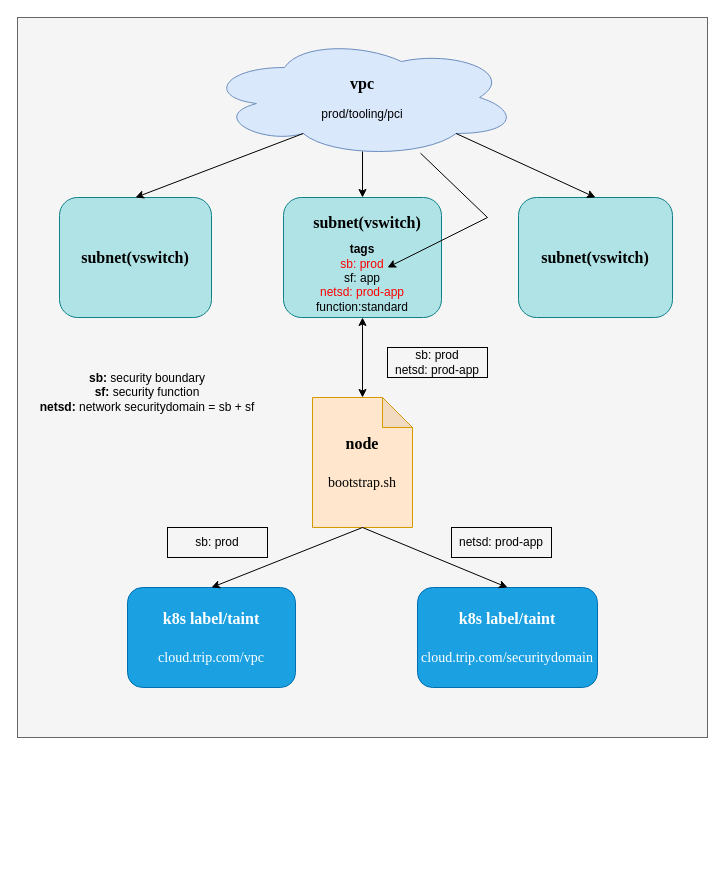
Before: sgp-ali-securitydomain.drawio in YanshanSong/draw.io, a draw.io diagram. Source tidied: cells renumbered, new cells numbered last; positions are measured from the earlier drawing's top-left corner, leaving out a move shared by most shapes. Both pictures are drawn from the tidied source at 100%, with x=0, y=0 at pixel (17, 17).
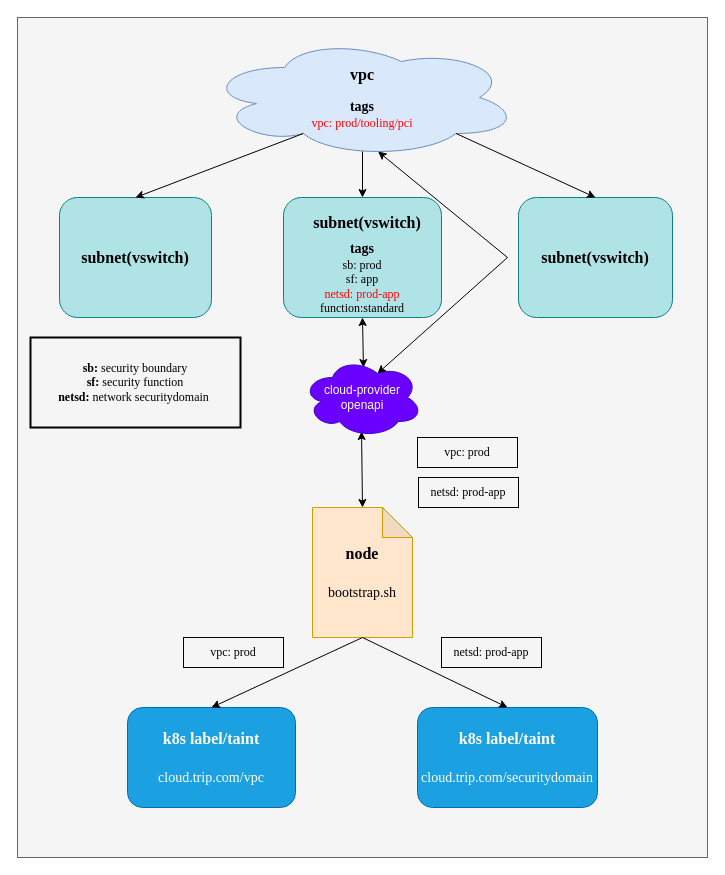
The same diagram, later.

What changed in the source:
```diff
@@
-    <mxCell id="2" style="rounded=0;whiteSpace=wrap;html=1;fillColor=#f5f5f5;fontColor=#333333;strokeColor=#666666;" parent="1" vertex="1">
-      <mxGeometry width="690" height="720" as="geometry" />
+    <mxCell id="2" style="rounded=0;whiteSpace=wrap;html=1;fillColor=#f5f5f5;fontColor=#333333;strokeColor=#666666;fontFamily=Times New Roman;" parent="1" vertex="1">
+      <mxGeometry width="690" height="840" as="geometry" />
     </mxCell>
-    <mxCell id="3" value="&lt;font size=&quot;1&quot; face=&quot;Times New Roman&quot;&gt;&lt;b style=&quot;font-size: 16px;&quot;&gt;vpc&lt;/b&gt;&lt;/font&gt;&lt;div&gt;&lt;font face=&quot;TDCdc1Xi_tkycVkse4sn&quot;&gt;&lt;br&gt;&lt;/font&gt;&lt;/div&gt;&lt;div&gt;&lt;font face=&quot;TDCdc1Xi_tkycVkse4sn&quot;&gt;prod/tooling/pci&lt;/font&gt;&lt;/div&gt;" style="ellipse;shape=cloud;whiteSpace=wrap;html=1;fillColor=#dae8fc;strokeColor=#6c8ebf;" parent="1" vertex="1">
+    <mxCell id="3" value="&lt;font size=&quot;1&quot;&gt;&lt;b style=&quot;font-size: 16px;&quot;&gt;vpc&lt;/b&gt;&lt;/font&gt;&lt;div&gt;&lt;font&gt;&lt;br&gt;&lt;/font&gt;&lt;/div&gt;&lt;div&gt;&lt;b style=&quot;&quot;&gt;&lt;font style=&quot;font-size: 14px;&quot;&gt;tags&lt;/font&gt;&lt;/b&gt;&lt;/div&gt;&lt;div&gt;&lt;font color=&quot;#ff0000&quot;&gt;vpc: prod/tooling/pci&lt;/font&gt;&lt;/div&gt;" style="ellipse;shape=cloud;whiteSpace=wrap;html=1;fillColor=#dae8fc;strokeColor=#6c8ebf;fontFamily=Times New Roman;" parent="1" vertex="1">
       <mxGeometry x="189" y="20" width="312" height="120" as="geometry" />
     </mxCell>
-    <mxCell id="4" style="rounded=1;whiteSpace=wrap;html=1;fillColor=#b0e3e6;strokeColor=#0e8088;" parent="1" vertex="1">
+    <mxCell id="4" style="rounded=1;whiteSpace=wrap;html=1;fillColor=#b0e3e6;strokeColor=#0e8088;fontFamily=Times New Roman;" parent="1" vertex="1">
       <mxGeometry x="42" y="180" width="152" height="120" as="geometry" />
     </mxCell>
-    <mxCell id="5" style="rounded=1;whiteSpace=wrap;html=1;fillColor=#b0e3e6;strokeColor=#0e8088;" parent="1" vertex="1">
+    <mxCell id="5" style="rounded=1;whiteSpace=wrap;html=1;fillColor=#b0e3e6;strokeColor=#0e8088;fontFamily=Times New Roman;" parent="1" vertex="1">
       <mxGeometry x="501" y="180" width="154" height="120" as="geometry" />
     </mxCell>
-    <mxCell id="6" style="group;" parent="1" vertex="1">
+    <mxCell id="6" style="group;fontFamily=Times New Roman;" parent="1" vertex="1">
       <mxGeometry x="266" y="180" width="158" height="120" as="geometry" />
     </mxCell>
-    <mxCell id="7" value="&lt;div&gt;&lt;font style=&quot;font-size: 16px;&quot; face=&quot;Times New Roman&quot;&gt;&lt;br&gt;&lt;/font&gt;&lt;/div&gt;" style="rounded=1;whiteSpace=wrap;html=1;fillColor=#b0e3e6;strokeColor=#0e8088;" parent="6" vertex="1">
+    <mxCell id="7" value="&lt;div&gt;&lt;font style=&quot;font-size: 16px;&quot;&gt;&lt;br&gt;&lt;/font&gt;&lt;/div&gt;" style="rounded=1;whiteSpace=wrap;html=1;fillColor=#b0e3e6;strokeColor=#0e8088;fontFamily=Times New Roman;" parent="6" vertex="1">
       <mxGeometry width="158" height="120" as="geometry" />
     </mxCell>
-    <mxCell id="8" value="&lt;font style=&quot;font-size: 16px;&quot; face=&quot;Times New Roman&quot;&gt;&lt;b&gt;subnet(vswitch)&lt;/b&gt;&lt;/font&gt;" style="text;html=1;align=center;verticalAlign=middle;whiteSpace=wrap;rounded=0;" parent="6" vertex="1">
+    <mxCell id="8" value="&lt;font style=&quot;font-size: 16px;&quot;&gt;&lt;b&gt;subnet(vswitch)&lt;/b&gt;&lt;/font&gt;" style="text;html=1;align=center;verticalAlign=middle;whiteSpace=wrap;rounded=0;fontFamily=Times New Roman;" parent="6" vertex="1">
       <mxGeometry x="54" y="10" width="60" height="30" as="geometry" />
     </mxCell>
-    <mxCell id="9" value="&lt;b&gt;tags&lt;/b&gt;&lt;div&gt;&lt;font color=&quot;#ff0000&quot;&gt;sb: prod&lt;/font&gt;&lt;/div&gt;&lt;div&gt;sf: app&lt;/div&gt;&lt;div&gt;&lt;font color=&quot;#ff0000&quot;&gt;netsd: prod-app&lt;/font&gt;&lt;/div&gt;&lt;div&gt;function:standard&lt;/div&gt;&lt;div&gt;&lt;br&gt;&lt;div&gt;&lt;br&gt;&lt;/div&gt;&lt;/div&gt;" style="text;html=1;align=center;verticalAlign=middle;whiteSpace=wrap;rounded=0;" parent="6" vertex="1">
+    <mxCell id="9" value="&lt;b&gt;&lt;font style=&quot;font-size: 14px;&quot;&gt;tags&lt;/font&gt;&lt;/b&gt;&lt;div&gt;sb: prod&lt;/div&gt;&lt;div&gt;sf: app&lt;/div&gt;&lt;div&gt;&lt;font color=&quot;#ff0000&quot;&gt;netsd: prod-app&lt;/font&gt;&lt;/div&gt;&lt;div&gt;function:standard&lt;/div&gt;&lt;div&gt;&lt;br&gt;&lt;div&gt;&lt;br&gt;&lt;/div&gt;&lt;/div&gt;" style="text;html=1;align=center;verticalAlign=middle;whiteSpace=wrap;rounded=0;strokeColor=none;fontFamily=Times New Roman;" parent="6" vertex="1">
       <mxGeometry x="14" y="80" width="130" height="30" as="geometry" />
     </mxCell>
-    <mxCell id="10" value="&lt;font style=&quot;font-size: 16px;&quot; face=&quot;Times New Roman&quot;&gt;&lt;b&gt;subnet(vswitch)&lt;/b&gt;&lt;/font&gt;" style="text;html=1;align=center;verticalAlign=middle;whiteSpace=wrap;rounded=0;" parent="1" vertex="1">
+    <mxCell id="10" value="&lt;font style=&quot;font-size: 16px;&quot;&gt;&lt;b&gt;subnet(vswitch)&lt;/b&gt;&lt;/font&gt;" style="text;html=1;align=center;verticalAlign=middle;whiteSpace=wrap;rounded=0;fontFamily=Times New Roman;" parent="1" vertex="1">
       <mxGeometry x="88" y="225" width="60" height="30" as="geometry" />
     </mxCell>
-    <mxCell id="11" value="&lt;font style=&quot;font-size: 16px;&quot; face=&quot;Times New Roman&quot;&gt;&lt;b&gt;subnet(vswitch)&lt;/b&gt;&lt;/font&gt;" style="text;html=1;align=center;verticalAlign=middle;whiteSpace=wrap;rounded=0;" parent="1" vertex="1">
+    <mxCell id="11" value="&lt;font style=&quot;font-size: 16px;&quot;&gt;&lt;b&gt;subnet(vswitch)&lt;/b&gt;&lt;/font&gt;" style="text;html=1;align=center;verticalAlign=middle;whiteSpace=wrap;rounded=0;fontFamily=Times New Roman;" parent="1" vertex="1">
       <mxGeometry x="548" y="225" width="60" height="30" as="geometry" />
     </mxCell>
-    <mxCell id="12" value="&lt;font size=&quot;1&quot; style=&quot;&quot; face=&quot;Times New Roman&quot;&gt;&lt;b style=&quot;font-size: 16px;&quot;&gt;node&lt;/b&gt;&lt;/font&gt;&lt;div&gt;&lt;font style=&quot;font-size: 18px;&quot; face=&quot;Times New Roman&quot;&gt;&lt;b&gt;&lt;br&gt;&lt;/b&gt;&lt;/font&gt;&lt;/div&gt;&lt;div&gt;&lt;font style=&quot;font-size: 14px;&quot; face=&quot;Times New Roman&quot;&gt;bootstrap.sh&lt;/font&gt;&lt;/div&gt;" style="shape=note;whiteSpace=wrap;html=1;backgroundOutline=1;darkOpacity=0.05;fillColor=#ffe6cc;strokeColor=#d79b00;" parent="1" vertex="1">
-      <mxGeometry x="295" y="380" width="100" height="130" as="geometry" />
+    <mxCell id="12" value="&lt;font style=&quot;&quot; size=&quot;1&quot;&gt;&lt;b style=&quot;font-size: 16px;&quot;&gt;node&lt;/b&gt;&lt;/font&gt;&lt;div&gt;&lt;font style=&quot;font-size: 18px;&quot;&gt;&lt;b&gt;&lt;br&gt;&lt;/b&gt;&lt;/font&gt;&lt;/div&gt;&lt;div&gt;&lt;font style=&quot;font-size: 14px;&quot;&gt;bootstrap.sh&lt;/font&gt;&lt;/div&gt;" style="shape=note;whiteSpace=wrap;html=1;backgroundOutline=1;darkOpacity=0.05;fillColor=#ffe6cc;strokeColor=#d79b00;fontFamily=Times New Roman;" parent="1" vertex="1">
+      <mxGeometry x="295" y="490" width="100" height="130" as="geometry" />
     </mxCell>
-    <mxCell id="13" style="endArrow=classic;startArrow=classic;html=1;rounded=0;exitX=0.5;exitY=0;exitDx=0;exitDy=0;exitPerimeter=0;entryX=0.5;entryY=1;entryDx=0;entryDy=0;" parent="1" edge="1" source="12" target="7">
+    <mxCell id="13" style="endArrow=classic;startArrow=classic;html=1;rounded=0;exitX=0.508;exitY=0.125;exitDx=0;exitDy=0;exitPerimeter=0;entryX=0.5;entryY=1;entryDx=0;entryDy=0;fontFamily=Times New Roman;" parent="1" edge="1" source="27" target="7">
       <mxGeometry relative="1" as="geometry" />
     </mxCell>
-    <mxCell id="14" style="endArrow=classic;html=1;rounded=0;exitX=0.31;exitY=0.8;exitDx=0;exitDy=0;exitPerimeter=0;entryX=0.5;entryY=0;entryDx=0;entryDy=0;" parent="1" edge="1" source="3" target="4">
+    <mxCell id="14" style="endArrow=classic;html=1;rounded=0;exitX=0.31;exitY=0.8;exitDx=0;exitDy=0;exitPerimeter=0;entryX=0.5;entryY=0;entryDx=0;entryDy=0;fontFamily=Times New Roman;" parent="1" edge="1" source="3" target="4">
       <mxGeometry relative="1" as="geometry" />
     </mxCell>
-    <mxCell id="15" style="endArrow=classic;html=1;rounded=0;exitX=0.5;exitY=0.95;exitDx=0;exitDy=0;exitPerimeter=0;entryX=0.5;entryY=0;entryDx=0;entryDy=0;" parent="1" edge="1" source="3" target="7">
+    <mxCell id="15" style="endArrow=classic;html=1;rounded=0;exitX=0.5;exitY=0.95;exitDx=0;exitDy=0;exitPerimeter=0;entryX=0.5;entryY=0;entryDx=0;entryDy=0;fontFamily=Times New Roman;" parent="1" edge="1" source="3" target="7">
       <mxGeometry relative="1" as="geometry" />
     </mxCell>
-    <mxCell id="16" style="endArrow=classic;html=1;rounded=0;exitX=0.8;exitY=0.8;exitDx=0;exitDy=0;exitPerimeter=0;entryX=0.5;entryY=0;entryDx=0;entryDy=0;" parent="1" edge="1" source="3" target="5">
+    <mxCell id="16" style="endArrow=classic;html=1;rounded=0;exitX=0.8;exitY=0.8;exitDx=0;exitDy=0;exitPerimeter=0;entryX=0.5;entryY=0;entryDx=0;entryDy=0;fontFamily=Times New Roman;" parent="1" edge="1" source="3" target="5">
       <mxGeometry relative="1" as="geometry" />
     </mxCell>
-    <mxCell id="17" style="endArrow=classic;html=1;rounded=0;" parent="1" edge="1" source="3">
-      <mxGeometry relative="1" as="geometry">
-        <mxPoint x="370" y="250" as="targetPoint" />
-        <Array as="points">
-          <mxPoint x="470" y="200" />
-        </Array>
-      </mxGeometry>
-    </mxCell>
-    <mxCell id="18" value="sb: prod&lt;div&gt;netsd: prod-app&lt;/div&gt;" style="text;html=1;align=center;verticalAlign=middle;whiteSpace=wrap;rounded=0;strokeColor=default;" parent="1" vertex="1">
-      <mxGeometry x="370" y="330" width="100" height="30" as="geometry" />
-    </mxCell>
-    <mxCell id="19" value="&lt;font size=&quot;1&quot; face=&quot;Times New Roman&quot; style=&quot;&quot;&gt;&lt;b style=&quot;font-size: 16px;&quot;&gt;k8s label/taint&lt;/b&gt;&lt;/font&gt;&lt;div&gt;&lt;font face=&quot;Times New Roman&quot; style=&quot;font-size: 18px;&quot;&gt;&lt;br&gt;&lt;/font&gt;&lt;/div&gt;&lt;div&gt;&lt;font style=&quot;font-size: 14px;&quot; face=&quot;Times New Roman&quot;&gt;cloud.trip.com/vpc&lt;/font&gt;&lt;/div&gt;" style="rounded=1;whiteSpace=wrap;html=1;fillColor=#1ba1e2;fontColor=#ffffff;strokeColor=#006EAF;" parent="1" vertex="1">
-      <mxGeometry x="110" y="570" width="168" height="100" as="geometry" />
+    <mxCell id="19" value="&lt;font style=&quot;&quot; size=&quot;1&quot;&gt;&lt;b style=&quot;font-size: 16px;&quot;&gt;k8s label/taint&lt;/b&gt;&lt;/font&gt;&lt;div&gt;&lt;font style=&quot;font-size: 18px;&quot;&gt;&lt;br&gt;&lt;/font&gt;&lt;/div&gt;&lt;div&gt;&lt;font style=&quot;font-size: 14px;&quot;&gt;cloud.trip.com/vpc&lt;/font&gt;&lt;/div&gt;" style="rounded=1;whiteSpace=wrap;html=1;fillColor=#1ba1e2;fontColor=#ffffff;strokeColor=#006EAF;fontFamily=Times New Roman;" parent="1" vertex="1">
+      <mxGeometry x="110" y="690" width="168" height="100" as="geometry" />
     </mxCell>
-    <mxCell id="20" value="&lt;font size=&quot;1&quot; face=&quot;Times New Roman&quot; style=&quot;&quot;&gt;&lt;b style=&quot;font-size: 16px;&quot;&gt;k8s label/taint&lt;/b&gt;&lt;/font&gt;&lt;div&gt;&lt;font face=&quot;Times New Roman&quot; style=&quot;font-size: 18px;&quot;&gt;&lt;br&gt;&lt;/font&gt;&lt;/div&gt;&lt;div&gt;&lt;font style=&quot;font-size: 14px;&quot; face=&quot;Times New Roman&quot;&gt;cloud.trip.com/securitydomain&lt;/font&gt;&lt;/div&gt;" style="rounded=1;whiteSpace=wrap;html=1;fillColor=#1ba1e2;fontColor=#ffffff;strokeColor=#006EAF;" parent="1" vertex="1">
-      <mxGeometry x="400" y="570" width="180" height="100" as="geometry" />
+    <mxCell id="20" value="&lt;font style=&quot;&quot; size=&quot;1&quot;&gt;&lt;b style=&quot;font-size: 16px;&quot;&gt;k8s label/taint&lt;/b&gt;&lt;/font&gt;&lt;div&gt;&lt;font style=&quot;font-size: 18px;&quot;&gt;&lt;br&gt;&lt;/font&gt;&lt;/div&gt;&lt;div&gt;&lt;font style=&quot;font-size: 14px;&quot;&gt;cloud.trip.com/securitydomain&lt;/font&gt;&lt;/div&gt;" style="rounded=1;whiteSpace=wrap;html=1;fillColor=#1ba1e2;fontColor=#ffffff;strokeColor=#006EAF;fontFamily=Times New Roman;" parent="1" vertex="1">
+      <mxGeometry x="400" y="690" width="180" height="100" as="geometry" />
     </mxCell>
-    <mxCell id="21" style="endArrow=classic;html=1;rounded=0;exitX=0.5;exitY=1;exitDx=0;exitDy=0;exitPerimeter=0;entryX=0.5;entryY=0;entryDx=0;entryDy=0;" parent="1" edge="1" source="12" target="19">
-      <mxGeometry relative="1" as="geometry" />
+    <mxCell id="21" style="endArrow=classic;html=1;rounded=0;entryX=0.5;entryY=0;entryDx=0;entryDy=0;fontFamily=Times New Roman;" parent="1" edge="1" target="19">
+      <mxGeometry relative="1" as="geometry">
+        <mxPoint x="345" y="620" as="sourcePoint" />
+      </mxGeometry>
     </mxCell>
-    <mxCell id="22" style="endArrow=classic;html=1;rounded=0;exitX=0.5;exitY=1;exitDx=0;exitDy=0;exitPerimeter=0;entryX=0.5;entryY=0;entryDx=0;entryDy=0;" parent="1" edge="1" source="12" target="20">
+    <mxCell id="22" style="endArrow=classic;html=1;rounded=0;exitX=0.5;exitY=1;exitDx=0;exitDy=0;exitPerimeter=0;entryX=0.5;entryY=0;entryDx=0;entryDy=0;fontFamily=Times New Roman;" parent="1" edge="1" source="12" target="20">
       <mxGeometry relative="1" as="geometry" />
     </mxCell>
-    <mxCell id="23" value="sb: prod" style="text;html=1;align=center;verticalAlign=middle;whiteSpace=wrap;rounded=0;strokeColor=default;" parent="1" vertex="1">
-      <mxGeometry x="150" y="510" width="100" height="30" as="geometry" />
+    <mxCell id="23" value="vpc: prod" style="text;html=1;align=center;verticalAlign=middle;whiteSpace=wrap;rounded=0;strokeColor=default;fontFamily=Times New Roman;" parent="1" vertex="1">
+      <mxGeometry x="166" y="620" width="100" height="30" as="geometry" />
     </mxCell>
-    <mxCell id="24" value="&lt;div&gt;&lt;span style=&quot;background-color: initial;&quot;&gt;netsd: prod-app&lt;/span&gt;&lt;br&gt;&lt;/div&gt;" style="text;html=1;align=center;verticalAlign=middle;whiteSpace=wrap;rounded=0;strokeColor=default;" parent="1" vertex="1">
-      <mxGeometry x="434" y="510" width="100" height="30" as="geometry" />
+    <mxCell id="24" value="&lt;div&gt;&lt;span style=&quot;background-color: initial;&quot;&gt;netsd: prod-app&lt;/span&gt;&lt;br&gt;&lt;/div&gt;" style="text;html=1;align=center;verticalAlign=middle;whiteSpace=wrap;rounded=0;strokeColor=default;fontFamily=Times New Roman;" parent="1" vertex="1">
+      <mxGeometry x="401" y="460" width="100" height="30" as="geometry" />
     </mxCell>
-    <mxCell id="25" value="&lt;b&gt;sb:&lt;/b&gt; security boundary&lt;div&gt;&lt;b&gt;sf: &lt;/b&gt;security function&lt;/div&gt;&lt;div&gt;&lt;b&gt;netsd:&lt;/b&gt; network securitydomain = sb + sf&lt;/div&gt;" style="text;html=1;align=center;verticalAlign=middle;whiteSpace=wrap;rounded=0;" parent="1" vertex="1">
-      <mxGeometry x="10" y="330" width="240" height="90" as="geometry" />
+    <mxCell id="25" value="&lt;b&gt;sb:&lt;/b&gt; security boundary&lt;div&gt;&lt;b&gt;sf: &lt;/b&gt;security function&lt;/div&gt;&lt;div&gt;&lt;b&gt;netsd:&lt;/b&gt; network securitydomain&amp;nbsp;&lt;/div&gt;" style="text;html=1;align=center;verticalAlign=middle;whiteSpace=wrap;rounded=0;fontFamily=Times New Roman;strokeColor=default;strokeWidth=2;" parent="1" vertex="1">
+      <mxGeometry x="13" y="320" width="210" height="90" as="geometry" />
     </mxCell>
+    <mxCell id="26" style="endArrow=classic;startArrow=classic;html=1;rounded=0;exitX=0.5;exitY=0;exitDx=0;exitDy=0;exitPerimeter=0;entryX=0.492;entryY=0.925;entryDx=0;entryDy=0;fontFamily=Times New Roman;entryPerimeter=0;" parent="1" edge="1" source="12" target="27">
+      <mxGeometry relative="1" as="geometry" />
+    </mxCell>
+    <mxCell id="27" value="cloud-provider&lt;div&gt;&lt;span style=&quot;background-color: initial;&quot;&gt;openapi&lt;/span&gt;&lt;br&gt;&lt;/div&gt;" style="ellipse;shape=cloud;whiteSpace=wrap;html=1;fillColor=#6a00ff;strokeColor=#3700CC;fontColor=#ffffff;" parent="1" vertex="1">
+      <mxGeometry x="285" y="340" width="120" height="80" as="geometry" />
+    </mxCell>
+    <mxCell id="28" style="endArrow=classic;startArrow=classic;html=1;rounded=0;entryX=0.55;entryY=0.95;entryDx=0;entryDy=0;entryPerimeter=0;exitX=0.625;exitY=0.2;exitDx=0;exitDy=0;exitPerimeter=0;" parent="1" edge="1" source="27" target="3">
+      <mxGeometry relative="1" as="geometry">
+        <Array as="points">
+          <mxPoint x="490" y="240" />
+        </Array>
+      </mxGeometry>
+    </mxCell>
+    <mxCell id="29" value="vpc: prod" style="text;html=1;align=center;verticalAlign=middle;whiteSpace=wrap;rounded=0;strokeColor=default;fontFamily=Times New Roman;" parent="1" vertex="1">
+      <mxGeometry x="400" y="420" width="100" height="30" as="geometry" />
+    </mxCell>
+    <mxCell id="30" value="&lt;div&gt;&lt;span style=&quot;background-color: initial;&quot;&gt;netsd: prod-app&lt;/span&gt;&lt;br&gt;&lt;/div&gt;" style="text;html=1;align=center;verticalAlign=middle;whiteSpace=wrap;rounded=0;strokeColor=default;fontFamily=Times New Roman;" parent="1" vertex="1">
+      <mxGeometry x="424" y="620" width="100" height="30" as="geometry" />
+    </mxCell>
```
